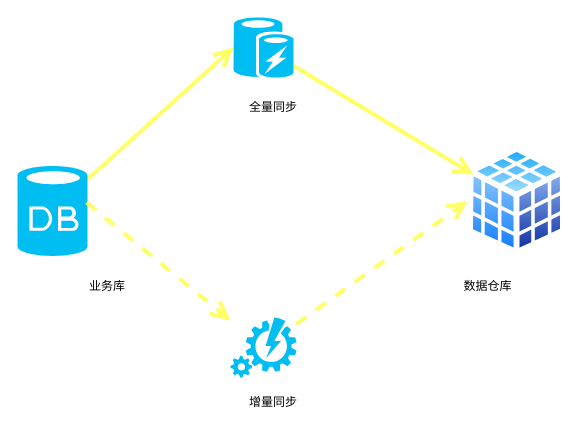
Before: page "数据同步方式" (2 of 3) of 数据同步范畴.drawio in wangbin2188/draw, a draw.io diagram. Source tidied: cells renumbered, new cells numbered last; positions are measured from the earlier drawing's top-left corner, leaving out a move shared by most shapes. Both pictures are drawn from the tidied source at 100%, with x=0, y=0 at pixel (17, 17).
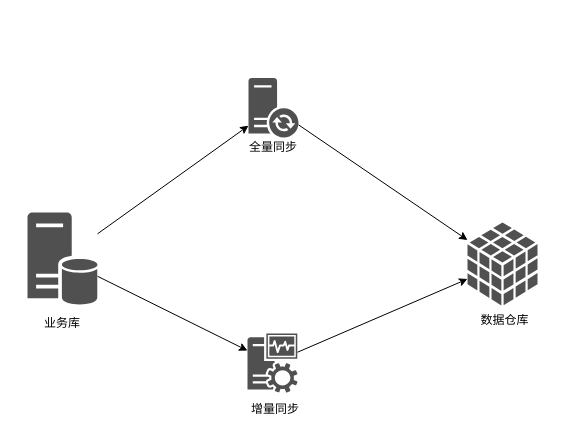
The same page after the edit.

The edit, as a diff of the source:
```diff
@@
 <mxGraphModel>
   <root>
     <mxCell id="0" />
     <mxCell id="1" parent="0" />
-    <mxCell id="2" style="rounded=1;jettySize=auto;html=1;entryX=0;entryY=0.5;entryDx=0;entryDy=0;entryPerimeter=0;strokeColor=#FFFF66;strokeWidth=4;endFill=1;endArrow=open;endSize=12;" parent="1" edge="1" source="3" target="12">
-      <mxGeometry relative="1" as="geometry" />
-    </mxCell>
-    <mxCell id="3" style="verticalLabelPosition=bottom;html=1;verticalAlign=top;align=center;strokeColor=none;fillColor=#00BEF2;shape=mxgraph.azure.database;" parent="1" vertex="1">
-      <mxGeometry y="148.5" width="70" height="90" as="geometry" />
-    </mxCell>
-    <mxCell id="4" style="perimeter=ellipsePerimeter;html=1;align=center;shadow=0;dashed=0;spacingTop=3;image;image=img/lib/active_directory/database_cube.svg;" parent="1" vertex="1">
-      <mxGeometry x="450" y="128.5" width="99" height="110" as="geometry" />
-    </mxCell>
     <mxCell id="5" value="业务库" style="text;html=1;strokeColor=none;fillColor=none;align=center;verticalAlign=middle;whiteSpace=wrap;rounded=0;" parent="1" vertex="1">
-      <mxGeometry x="60" y="258.5" width="60" height="20" as="geometry" />
+      <mxGeometry x="15" y="296" width="60" height="20" as="geometry" />
     </mxCell>
     <mxCell id="6" value="数据仓库" style="text;html=1;strokeColor=none;fillColor=none;align=center;verticalAlign=middle;whiteSpace=wrap;rounded=0;" parent="1" vertex="1">
-      <mxGeometry x="430" y="258.5" width="81" height="20" as="geometry" />
+      <mxGeometry x="447" y="292.5" width="81" height="20" as="geometry" />
     </mxCell>
-    <mxCell id="7" style="endArrow=open;endFill=1;endSize=12;html=1;strokeWidth=4;strokeColor=#FFFF66;entryX=0;entryY=0.5;entryDx=0;entryDy=0;dashed=1;" parent="1" edge="1" source="9" target="4">
-      <mxGeometry relative="1" as="geometry" />
-    </mxCell>
     <mxCell id="8" value="全量同步" style="text;html=1;strokeColor=none;fillColor=none;align=center;verticalAlign=middle;whiteSpace=wrap;rounded=0;" parent="1" vertex="1">
-      <mxGeometry x="216" y="80" width="80" height="20" as="geometry" />
+      <mxGeometry x="216" y="120" width="80" height="20" as="geometry" />
     </mxCell>
-    <mxCell id="9" style="verticalLabelPosition=bottom;html=1;verticalAlign=top;align=center;strokeColor=none;fillColor=#00BEF2;shape=mxgraph.azure.automation;" parent="1" vertex="1">
-      <mxGeometry x="213" y="300" width="66" height="60" as="geometry" />
-    </mxCell>
-    <mxCell id="10" style="endArrow=open;endFill=1;endSize=12;html=1;strokeWidth=4;strokeColor=#FFFF66;exitX=0.986;exitY=0.406;exitDx=0;exitDy=0;exitPerimeter=0;dashed=1;" parent="1" edge="1" source="3" target="9">
-      <mxGeometry relative="1" as="geometry" />
-    </mxCell>
-    <mxCell id="11" style="rounded=1;jettySize=auto;html=1;strokeColor=#FFFF66;strokeWidth=4;endFill=1;endArrow=open;endSize=12;" parent="1" edge="1" source="12" target="4">
-      <mxGeometry relative="1" as="geometry" />
-    </mxCell>
-    <mxCell id="12" style="verticalLabelPosition=bottom;html=1;verticalAlign=top;align=center;strokeColor=none;fillColor=#00BEF2;shape=mxgraph.azure.azure_cache;" parent="1" vertex="1">
-      <mxGeometry x="216" width="60" height="60" as="geometry" />
-    </mxCell>
     <mxCell id="13" value="增量同步" style="text;html=1;strokeColor=none;fillColor=none;align=center;verticalAlign=middle;whiteSpace=wrap;rounded=0;" parent="1" vertex="1">
-      <mxGeometry x="216" y="375" width="80" height="20" as="geometry" />
+      <mxGeometry x="218" y="382" width="80" height="20" as="geometry" />
     </mxCell>
+    <mxCell id="14" style="edgeStyle=none;rounded=0;jettySize=auto;html=1;" parent="1" edge="1" source="16" target="19">
+      <mxGeometry relative="1" as="geometry" />
+    </mxCell>
+    <mxCell id="15" style="edgeStyle=none;rounded=0;jettySize=auto;html=1;" parent="1" edge="1" source="16" target="21">
+      <mxGeometry relative="1" as="geometry" />
+    </mxCell>
+    <mxCell id="16" style="shadow=0;dashed=0;html=1;strokeColor=none;fillColor=#505050;labelPosition=center;verticalLabelPosition=bottom;verticalAlign=top;outlineConnect=0;align=center;shape=mxgraph.office.databases.database_server;" parent="1" vertex="1">
+      <mxGeometry x="10" y="195" width="70" height="92.8" as="geometry" />
+    </mxCell>
+    <mxCell id="17" style="shadow=0;dashed=0;html=1;strokeColor=none;fillColor=#505050;labelPosition=center;verticalLabelPosition=bottom;verticalAlign=top;outlineConnect=0;align=center;shape=mxgraph.office.databases.database_cube;" parent="1" vertex="1">
+      <mxGeometry x="450" y="204.9" width="70" height="83" as="geometry" />
+    </mxCell>
+    <mxCell id="18" style="edgeStyle=none;rounded=0;jettySize=auto;html=1;" parent="1" edge="1" source="19" target="17">
+      <mxGeometry relative="1" as="geometry" />
+    </mxCell>
+    <mxCell id="19" style="shadow=0;dashed=0;html=1;strokeColor=none;fillColor=#505050;labelPosition=center;verticalLabelPosition=bottom;verticalAlign=top;outlineConnect=0;align=center;shape=mxgraph.office.servers.dirsync_server;" parent="1" vertex="1">
+      <mxGeometry x="231" y="60.5" width="50" height="59.6" as="geometry" />
+    </mxCell>
+    <mxCell id="20" style="edgeStyle=none;rounded=0;jettySize=auto;html=1;" parent="1" edge="1" source="21" target="17">
+      <mxGeometry relative="1" as="geometry" />
+    </mxCell>
+    <mxCell id="21" style="shadow=0;dashed=0;html=1;strokeColor=none;fillColor=#505050;labelPosition=center;verticalLabelPosition=bottom;verticalAlign=top;outlineConnect=0;align=center;shape=mxgraph.office.servers.monitoring_sql_reporting_services;" parent="1" vertex="1">
+      <mxGeometry x="230" y="316" width="50" height="59" as="geometry" />
+    </mxCell>
   </root>
 </mxGraphModel>
```
